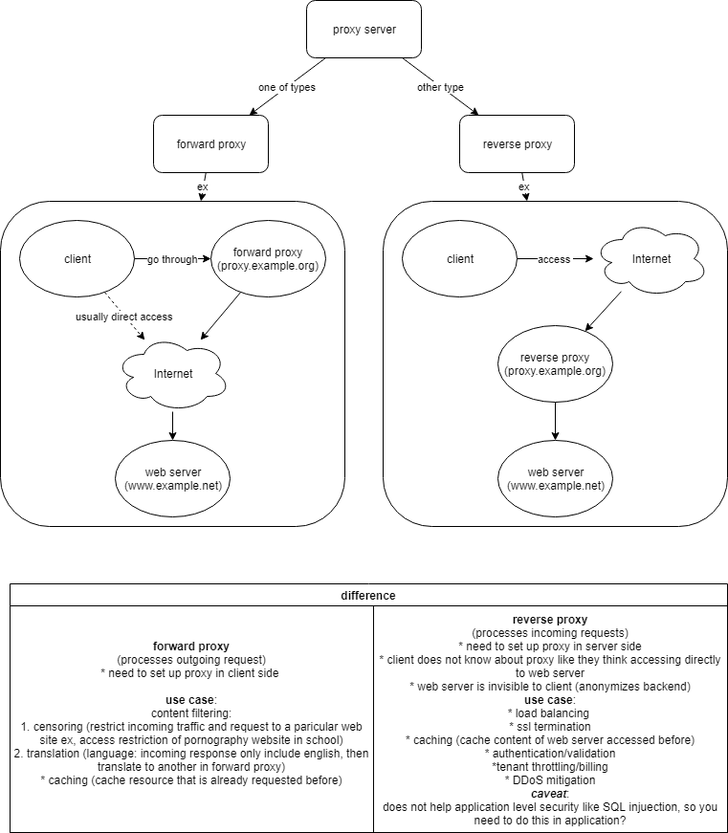
This is proxy_concept.png from stsiwo/proxy_concept, a draw.io export, as it was before one commit. Source tidied: cells renumbered, new cells last; positions are measured from the earlier drawing's top-left corner, leaving out a move shared by most shapes.
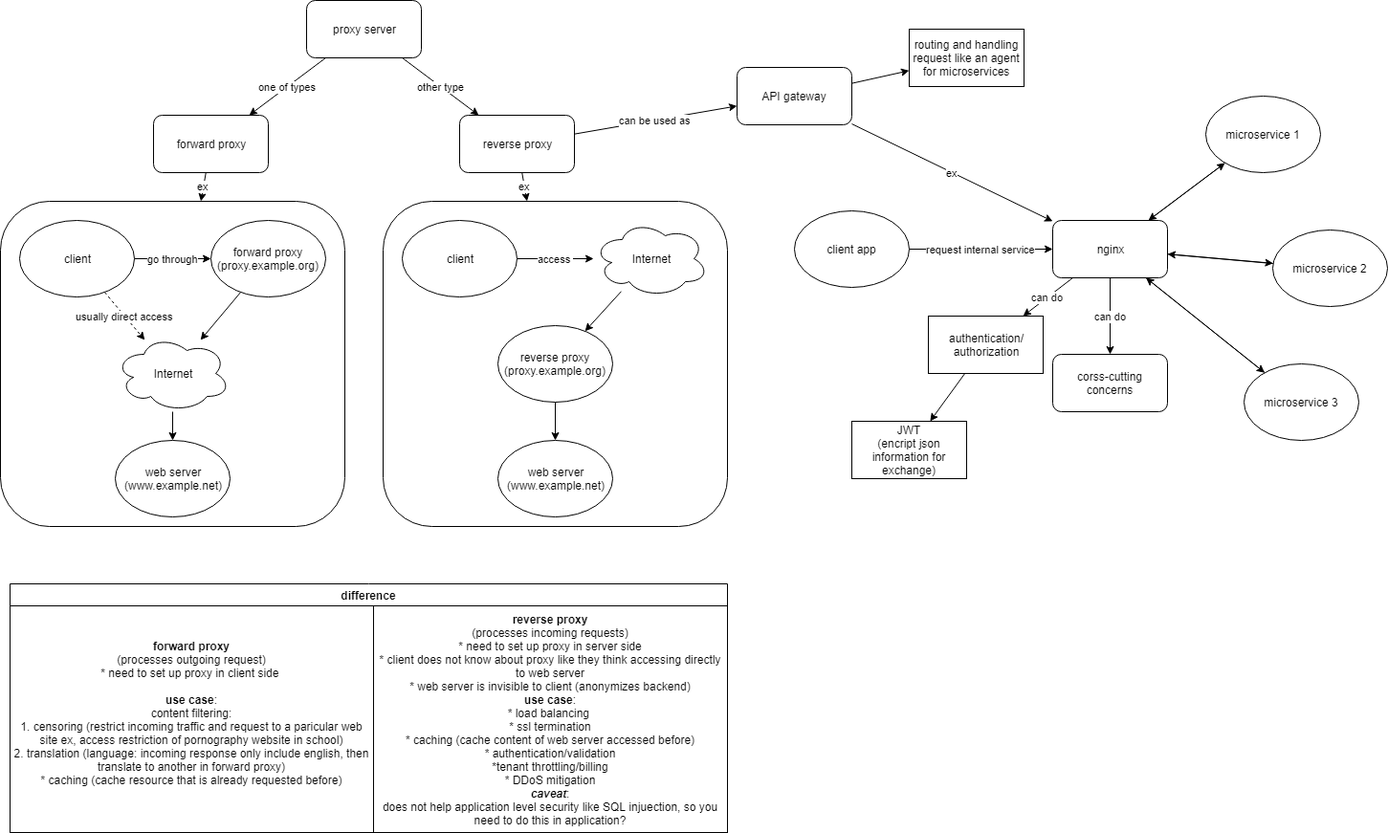
Later version of the same file.

What changed in the source:
```diff
@@ -1,4 +1,4 @@
-<mxGraphModel>
+<mxGraphModel background="#FFFFFF">
   <root>
     <mxCell id="0" />
     <mxCell id="1" parent="0" />
@@ -17,9 +17,39 @@
     <mxCell id="6" value="ex" style="edgeStyle=none;rounded=0;html=1;jettySize=auto;" parent="1" edge="1" source="7" target="18">
       <mxGeometry relative="1" as="geometry" />
     </mxCell>
+    <mxCell id="29" value="can be used as" style="edgeStyle=none;rounded=0;html=1;jettySize=auto;" parent="1" edge="1" source="7" target="31">
+      <mxGeometry relative="1" as="geometry" />
+    </mxCell>
     <mxCell id="7" value="reverse proxy" style="rounded=1;whiteSpace=wrap;html=1;" parent="1" vertex="1">
       <mxGeometry x="480" y="120" width="120" height="60" as="geometry" />
     </mxCell>
+    <mxCell id="30" value="ex" style="edgeStyle=none;rounded=0;html=1;jettySize=auto;" parent="1" edge="1" source="31" target="37">
+      <mxGeometry relative="1" as="geometry" />
+    </mxCell>
+    <mxCell id="31" value="API gateway" style="rounded=1;whiteSpace=wrap;html=1;" parent="1" vertex="1">
+      <mxGeometry x="770" y="70" width="120" height="60" as="geometry" />
+    </mxCell>
+    <mxCell id="32" value="can do" style="edgeStyle=none;rounded=0;html=1;jettySize=auto;" parent="1" edge="1" source="37" target="42">
+      <mxGeometry relative="1" as="geometry" />
+    </mxCell>
+    <mxCell id="33" value="can do" style="edgeStyle=none;rounded=0;html=1;jettySize=auto;" parent="1" edge="1" source="37" target="38">
+      <mxGeometry relative="1" as="geometry" />
+    </mxCell>
+    <mxCell id="34" style="edgeStyle=none;rounded=0;html=1;jettySize=auto;" parent="1" edge="1" source="37" target="47">
+      <mxGeometry relative="1" as="geometry" />
+    </mxCell>
+    <mxCell id="35" style="edgeStyle=none;rounded=0;html=1;jettySize=auto;" parent="1" edge="1" source="37" target="49">
+      <mxGeometry relative="1" as="geometry" />
+    </mxCell>
+    <mxCell id="36" style="edgeStyle=none;rounded=0;html=1;jettySize=auto;" parent="1" edge="1" source="37" target="51">
+      <mxGeometry relative="1" as="geometry" />
+    </mxCell>
+    <mxCell id="37" value="nginx" style="rounded=1;whiteSpace=wrap;html=1;" parent="1" vertex="1">
+      <mxGeometry x="1100" y="230" width="120" height="60" as="geometry" />
+    </mxCell>
+    <mxCell id="38" value="corss-cutting concerns" style="rounded=1;whiteSpace=wrap;html=1;" parent="1" vertex="1">
+      <mxGeometry x="1100" y="370" width="120" height="60" as="geometry" />
+    </mxCell>
     <mxCell id="8" value="ex" style="edgeStyle=none;rounded=0;html=1;jettySize=auto;" parent="1" edge="1" source="9" target="2">
       <mxGeometry relative="1" as="geometry" />
     </mxCell>
@@ -83,5 +113,44 @@
     <mxCell id="28" value="&lt;b&gt;reverse proxy&lt;/b&gt;&lt;br&gt;(processes incoming requests)&lt;br&gt;* need to set up proxy in server side&lt;br&gt;* client does not know about proxy like they think accessing directly to web server&lt;br&gt;* web server is invisible to client&amp;nbsp;(anonymizes backend)&lt;br&gt;&lt;b&gt;use case&lt;/b&gt;:&lt;br&gt;* load balancing&amp;nbsp;&lt;br&gt;* ssl&amp;nbsp;termination&lt;br&gt;* caching (cache content of web&amp;nbsp;server accessed before)&lt;br&gt;* authentication/validation&lt;br&gt;*tenant throttling/billing&lt;br&gt;* DDoS mitigation&lt;br&gt;&lt;b&gt;&lt;i&gt;caveat&lt;/i&gt;&lt;/b&gt;:&lt;br&gt;does not help application level security like SQL injuection, so you need to do this in application?&lt;br&gt;" style="rounded=0;whiteSpace=wrap;html=1;" parent="26" vertex="1">
       <mxGeometry x="380" y="23" width="370" height="237" as="geometry" />
     </mxCell>
+    <mxCell id="39" value="request internal service" style="edgeStyle=none;rounded=0;html=1;jettySize=auto;" parent="1" edge="1" source="40" target="37">
+      <mxGeometry relative="1" as="geometry" />
+    </mxCell>
+    <mxCell id="40" value="client app" style="ellipse;whiteSpace=wrap;html=1;" parent="1" vertex="1">
+      <mxGeometry x="830" y="220" width="120" height="80" as="geometry" />
+    </mxCell>
+    <mxCell id="41" style="edgeStyle=none;rounded=0;html=1;startArrow=none;startFill=0;endArrow=classic;endFill=1;jettySize=auto;" parent="1" edge="1" source="42" target="43">
+      <mxGeometry relative="1" as="geometry" />
+    </mxCell>
+    <mxCell id="42" value="authentication/&lt;br&gt;authorization" style="rounded=0;whiteSpace=wrap;html=1;" parent="1" vertex="1">
+      <mxGeometry x="970" y="330" width="120" height="60" as="geometry" />
+    </mxCell>
+    <mxCell id="43" value="JWT&lt;br&gt;(encript json information for exchange)&lt;br&gt;" style="rounded=0;whiteSpace=wrap;html=1;" parent="1" vertex="1">
+      <mxGeometry x="890" y="440" width="120" height="60" as="geometry" />
+    </mxCell>
+    <mxCell id="44" value="routing and handling request like an agent for microservices" style="rounded=0;whiteSpace=wrap;html=1;" parent="1" vertex="1">
+      <mxGeometry x="950" y="30" width="120" height="60" as="geometry" />
+    </mxCell>
+    <mxCell id="45" style="edgeStyle=none;rounded=0;html=1;startArrow=none;startFill=0;endArrow=classic;endFill=1;jettySize=auto;" parent="1" edge="1" source="31" target="44">
+      <mxGeometry relative="1" as="geometry" />
+    </mxCell>
+    <mxCell id="46" style="edgeStyle=none;rounded=0;html=1;jettySize=auto;" parent="1" edge="1" source="47" target="37">
+      <mxGeometry relative="1" as="geometry" />
+    </mxCell>
+    <mxCell id="47" value="microservice 1" style="ellipse;whiteSpace=wrap;html=1;" parent="1" vertex="1">
+      <mxGeometry x="1260" y="100" width="120" height="80" as="geometry" />
+    </mxCell>
+    <mxCell id="48" style="edgeStyle=none;rounded=0;html=1;jettySize=auto;" parent="1" edge="1" source="49" target="37">
+      <mxGeometry relative="1" as="geometry" />
+    </mxCell>
+    <mxCell id="49" value="microservice 2" style="ellipse;whiteSpace=wrap;html=1;" parent="1" vertex="1">
+      <mxGeometry x="1330" y="240" width="120" height="80" as="geometry" />
+    </mxCell>
+    <mxCell id="50" style="edgeStyle=none;rounded=0;html=1;jettySize=auto;" parent="1" edge="1" source="51" target="37">
+      <mxGeometry relative="1" as="geometry" />
+    </mxCell>
+    <mxCell id="51" value="microservice 3" style="ellipse;whiteSpace=wrap;html=1;" parent="1" vertex="1">
+      <mxGeometry x="1300" y="380" width="120" height="80" as="geometry" />
+    </mxCell>
   </root>
 </mxGraphModel>
```
